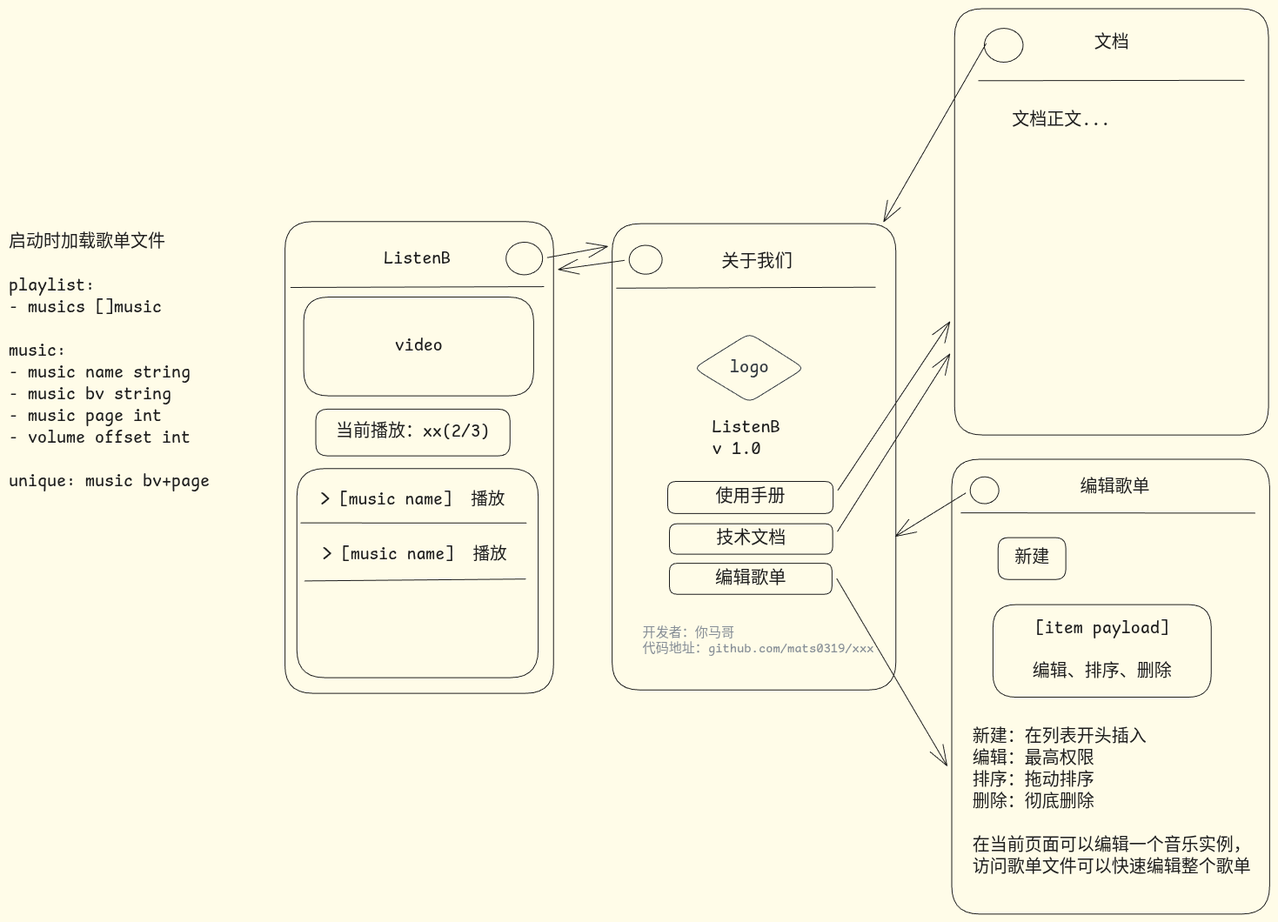
Earlier version of the Excalidraw export doc/lb_design.png (mats-0319/listen_bilibili). Source tidied: one line per element, renumbered; positions are measured from the earlier drawing's top-left corner, leaving out a move shared by most shapes. Source of this version:
```json
{"id": 0, "type": "rectangle", "strokeColor": "#1e1e1e", "strokeWidth": 1, "roughness": 0, "round": true, "x": 318, "y": 245, "width": 309, "height": 542}
{"id": 1, "type": "line", "strokeColor": "#1e1e1e", "strokeWidth": 1, "roughness": 0, "round": true, "x": 324, "y": 320, "width": 291, "height": 1, "points": [[0, 0], [291, -1]]}
{"id": 2, "type": "text", "text": "ListenB", "strokeColor": "#1e1e1e", "strokeWidth": 1, "roughness": 0, "fontSize": 20, "fontFamily": 8, "x": 431, "y": 276, "width": 77, "height": 25}
{"id": 3, "type": "rectangle", "strokeColor": "#1e1e1e", "strokeWidth": 1, "roughness": 0, "round": true, "x": 339, "y": 332, "width": 264, "height": 114}
{"id": 4, "type": "text", "text": "video", "strokeColor": "#1e1e1e", "strokeWidth": 1, "roughness": 0, "fontSize": 20, "fontFamily": 8, "textAlign": "center", "verticalAlign": "middle", "inside": 3, "x": 444, "y": 376, "width": 55, "height": 25}
{"id": 5, "type": "rectangle", "strokeColor": "#1e1e1e", "strokeWidth": 1, "roughness": 0, "round": true, "x": 331, "y": 529, "width": 277, "height": 240}
{"id": 6, "type": "line", "strokeColor": "#1e1e1e", "strokeWidth": 1, "roughness": 0, "round": true, "x": 336, "y": 591, "width": 259, "height": 0, "points": [[0, 0], [259, 0]]}
{"id": 7, "type": "text", "text": "> [music name]  播放", "strokeColor": "#1e1e1e", "strokeWidth": 1, "roughness": 0, "fontSize": 19.66, "fontFamily": 8, "x": 358, "y": 553, "width": 212, "height": 25}
{"id": 8, "type": "line", "strokeColor": "#1e1e1e", "strokeWidth": 1, "roughness": 0, "round": true, "x": 340, "y": 658, "width": 254, "height": 2, "points": [[0, 0], [254, -2]]}
{"id": 9, "type": "text", "text": "> [music name]  播放", "strokeColor": "#1e1e1e", "strokeWidth": 1, "roughness": 0, "fontSize": 19.66, "fontFamily": 8, "x": 360, "y": 616, "width": 212, "height": 25}
{"id": 10, "type": "ellipse", "strokeColor": "#1e1e1e", "strokeWidth": 1, "roughness": 0, "round": true, "x": 572, "y": 268, "width": 42, "height": 37}
{"id": 11, "type": "rectangle", "strokeColor": "#1e1e1e", "strokeWidth": 1, "roughness": 0, "round": true, "x": 694, "y": 247, "width": 326, "height": 536}
{"id": 12, "type": "line", "strokeColor": "#1e1e1e", "strokeWidth": 1, "roughness": 0, "round": true, "x": 699, "y": 321, "width": 298, "height": 1, "points": [[0, 0], [298, -1]]}
{"id": 13, "type": "text", "text": "关于我们", "strokeColor": "#1e1e1e", "strokeWidth": 1, "roughness": 0, "fontSize": 20.43, "fontFamily": 8, "x": 819, "y": 279, "width": 82, "height": 26}
{"id": 14, "type": "diamond", "strokeColor": "#343a40", "strokeWidth": 1, "roughness": 0, "round": true, "x": 787, "y": 373, "width": 127, "height": 79}
{"id": 15, "type": "text", "text": "logo", "strokeColor": "#343a40", "strokeWidth": 1, "roughness": 0, "fontSize": 20.43, "fontFamily": 8, "textAlign": "center", "verticalAlign": "middle", "inside": 14, "x": 829, "y": 400, "width": 45, "height": 26}
{"id": 16, "type": "text", "text": "ListenB\nv 1.0", "strokeColor": "#1e1e1e", "strokeWidth": 1, "roughness": 0, "fontSize": 20.43, "fontFamily": 8, "x": 808, "y": 469, "width": 79, "height": 51}
{"id": 17, "type": "rectangle", "strokeColor": "#1e1e1e", "strokeWidth": 1, "roughness": 0, "round": true, "x": 760, "y": 638, "width": 187, "height": 36}
{"id": 18, "type": "text", "text": "编辑歌单", "strokeColor": "#1e1e1e", "strokeWidth": 1, "roughness": 0, "fontSize": 20.43, "fontFamily": 8, "textAlign": "center", "verticalAlign": "middle", "inside": 17, "x": 812, "y": 643, "width": 82, "height": 26}
{"id": 19, "type": "text", "text": "开发者：你马哥\n代码地址：github.com/mats0319/xxx", "strokeColor": "#868e96", "strokeWidth": 1, "roughness": 0, "fontSize": 15.08, "fontFamily": 8, "x": 729, "y": 708, "width": 266, "height": 38}
{"id": 20, "type": "text", "text": "启动时加载歌单文件\n\nplaylist:\n- musics []music\n\nmusic:\n- music name string\n- music bv string\n- music page int\n- volume offset int\n\nunique: music bv+page", "strokeColor": "#1e1e1e", "strokeWidth": 1, "roughness": 0, "fontSize": 20, "fontFamily": 8, "x": 0, "y": 256, "width": 231, "height": 300}
{"id": 21, "type": "rectangle", "strokeColor": "#1e1e1e", "strokeWidth": 1, "roughness": 0, "round": true, "x": 1084, "y": 518, "width": 365, "height": 523}
{"id": 22, "type": "line", "strokeColor": "#1e1e1e", "strokeWidth": 1, "roughness": 0, "round": true, "x": 1095, "y": 580, "width": 338, "height": 0, "points": [[0, 0], [338, 0]]}
{"id": 23, "type": "text", "text": "编辑歌单", "strokeColor": "#1e1e1e", "strokeWidth": 1, "roughness": 0, "fontSize": 20, "fontFamily": 8, "x": 1232, "y": 539, "width": 80, "height": 25}
{"id": 24, "type": "arrow", "strokeColor": "#1e1e1e", "strokeWidth": 1, "roughness": 0, "endArrowhead": "arrow", "from": 17, "to": 21, "x": 952, "y": 655, "width": 127, "height": 215, "points": [[0, 0], [127, 215]]}
{"id": 25, "type": "rectangle", "strokeColor": "#1e1e1e", "strokeWidth": 1, "roughness": 0, "round": true, "x": 353, "y": 460, "width": 223, "height": 54}
{"id": 26, "type": "text", "text": "当前播放：xx(2/3)", "strokeColor": "#1e1e1e", "strokeWidth": 1, "roughness": 0, "fontSize": 20, "fontFamily": 8, "textAlign": "center", "verticalAlign": "middle", "inside": 25, "x": 376, "y": 475, "width": 177, "height": 25}
{"id": 27, "type": "ellipse", "strokeColor": "#1e1e1e", "strokeWidth": 1, "roughness": 0, "round": true, "x": 713, "y": 272, "width": 38, "height": 33}
{"id": 28, "type": "ellipse", "strokeColor": "#1e1e1e", "strokeWidth": 1, "roughness": 0, "round": true, "x": 1105, "y": 538, "width": 33, "height": 31}
{"id": 29, "type": "arrow", "strokeColor": "#1e1e1e", "strokeWidth": 1, "roughness": 0, "endArrowhead": "arrow", "round": true, "from": 10, "to": 11, "x": 619, "y": 286, "width": 69, "height": 13, "points": [[0, 0], [69, -13]]}
{"id": 30, "type": "arrow", "strokeColor": "#1e1e1e", "strokeWidth": 1, "roughness": 0, "endArrowhead": "arrow", "round": true, "from": 27, "to": 0, "x": 708, "y": 289, "width": 76, "height": 10, "points": [[0, 0], [-76, 10]]}
{"id": 31, "type": "arrow", "strokeColor": "#1e1e1e", "strokeWidth": 1, "roughness": 0, "endArrowhead": "arrow", "from": 28, "to": 11, "x": 1100, "y": 557, "width": 81, "height": 50, "points": [[0, 0], [-81, 50]]}
{"id": 32, "type": "rectangle", "strokeColor": "#1e1e1e", "strokeWidth": 1, "roughness": 0, "round": true, "x": 758, "y": 544, "width": 190, "height": 37}
{"id": 33, "type": "text", "text": "使用手册", "strokeColor": "#1e1e1e", "strokeWidth": 1, "roughness": 0, "fontSize": 20, "fontFamily": 8, "textAlign": "center", "verticalAlign": "middle", "inside": 32, "x": 813, "y": 549, "width": 80, "height": 25}
{"id": 34, "type": "rectangle", "strokeColor": "#1e1e1e", "strokeWidth": 1, "roughness": 0, "round": true, "x": 760, "y": 592, "width": 188, "height": 35}
{"id": 35, "type": "text", "text": "技术文档", "strokeColor": "#1e1e1e", "strokeWidth": 1, "roughness": 0, "fontSize": 20, "fontFamily": 8, "textAlign": "center", "verticalAlign": "middle", "inside": 34, "x": 813, "y": 597, "width": 80, "height": 25}
{"id": 36, "type": "rectangle", "strokeColor": "#1e1e1e", "strokeWidth": 1, "roughness": 0, "round": true, "x": 1087, "y": 0, "width": 361, "height": 490}
{"id": 37, "type": "ellipse", "strokeColor": "#1e1e1e", "strokeWidth": 1, "roughness": 0, "round": true, "x": 1121, "y": 23, "width": 45, "height": 39}
{"id": 38, "type": "text", "text": "文档", "strokeColor": "#1e1e1e", "strokeWidth": 1, "roughness": 0, "fontSize": 20, "fontFamily": 8, "x": 1248, "y": 27, "width": 40, "height": 25}
{"id": 39, "type": "arrow", "strokeColor": "#1e1e1e", "strokeWidth": 1, "roughness": 0, "endArrowhead": "arrow", "from": 32, "to": 36, "x": 953, "y": 554, "width": 129, "height": 194, "points": [[0, 0], [129, -194]]}
{"id": 40, "type": "arrow", "strokeColor": "#1e1e1e", "strokeWidth": 1, "roughness": 0, "endArrowhead": "arrow", "from": 34, "to": 36, "x": 953, "y": 601, "width": 129, "height": 204, "points": [[0, 0], [129, -204]]}
{"id": 41, "type": "arrow", "strokeColor": "#1e1e1e", "strokeWidth": 1, "roughness": 0, "endArrowhead": "arrow", "from": 37, "to": 11, "x": 1123, "y": 40, "width": 118, "height": 205, "points": [[0, 0], [-118, 205]]}
{"id": 42, "type": "line", "strokeColor": "#1e1e1e", "strokeWidth": 1, "roughness": 0, "round": true, "x": 1115, "y": 83, "width": 305, "height": 0, "points": [[0, 0], [305, 0]]}
{"id": 43, "type": "text", "text": "文档正文...", "strokeColor": "#1e1e1e", "strokeWidth": 1, "roughness": 0, "fontSize": 20, "fontFamily": 8, "x": 1153, "y": 116, "width": 113, "height": 25}
{"id": 44, "type": "rectangle", "strokeColor": "#1e1e1e", "strokeWidth": 1, "roughness": 0, "round": true, "x": 1131, "y": 685, "width": 251, "height": 106}
{"id": 45, "type": "text", "text": "[item payload]\n\n编辑、排序、删除", "strokeColor": "#1e1e1e", "strokeWidth": 1, "roughness": 0, "fontSize": 20, "fontFamily": 8, "textAlign": "center", "verticalAlign": "middle", "inside": 44, "x": 1177, "y": 701, "width": 160, "height": 75}
{"id": 46, "type": "rectangle", "strokeColor": "#1e1e1e", "strokeWidth": 1, "roughness": 0, "round": true, "x": 1137, "y": 608, "width": 78, "height": 48}
{"id": 47, "type": "text", "text": "新建", "strokeColor": "#1e1e1e", "strokeWidth": 1, "roughness": 0, "fontSize": 20, "fontFamily": 8, "textAlign": "center", "verticalAlign": "middle", "inside": 46, "x": 1156, "y": 620, "width": 40, "height": 25}
{"id": 48, "type": "text", "text": "新建：在列表开头插入\n编辑：最高权限\n排序：拖动排序\n删除：彻底删除\n\n在当前页面可以编辑一个音乐实例，\n访问歌单文件可以快速编辑整个歌单", "strokeColor": "#1e1e1e", "strokeWidth": 1, "roughness": 0, "fontSize": 20, "fontFamily": 8, "x": 1108, "y": 826, "width": 320, "height": 175}
```
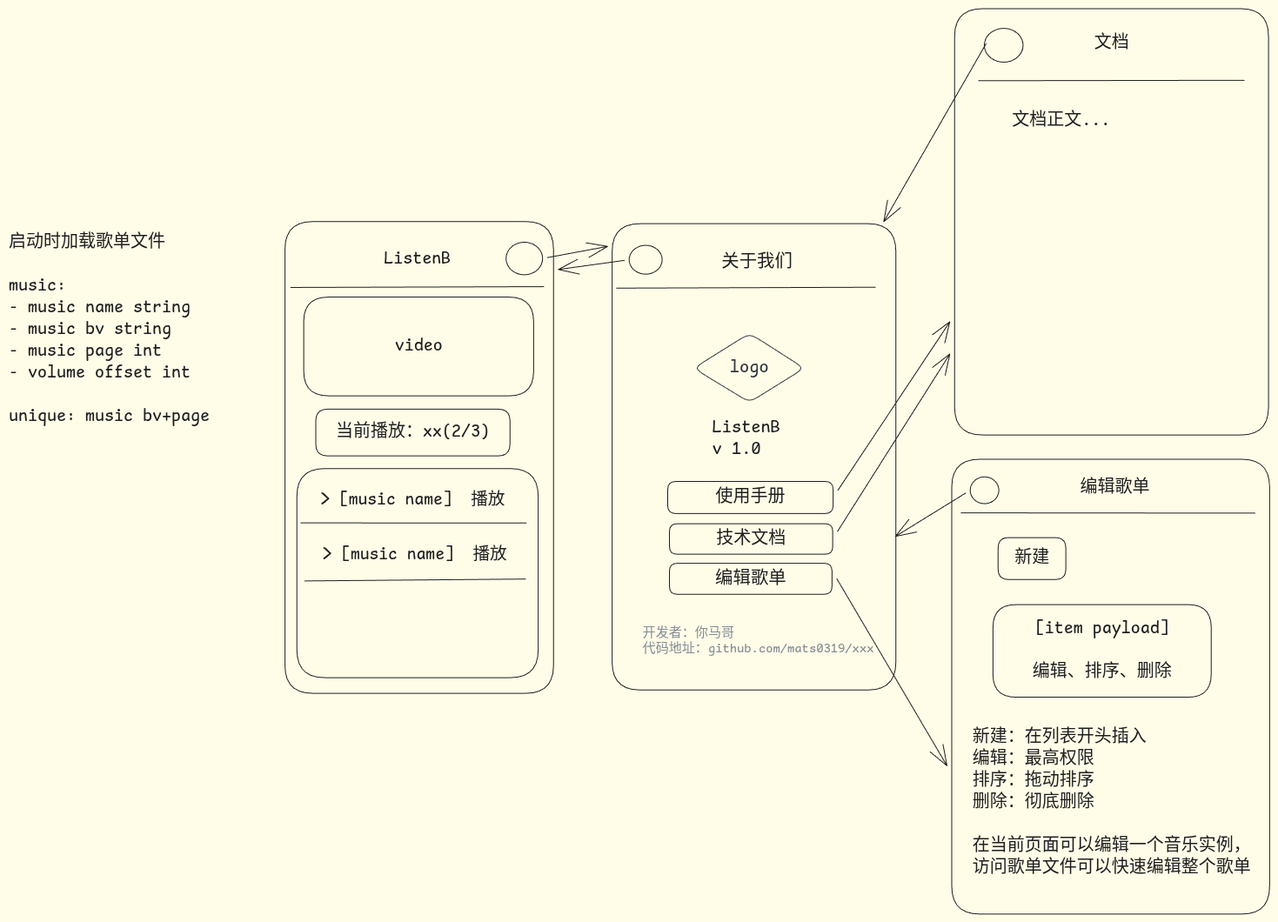
After the change.

Diff of the diagram source:
```diff
@@ -18,7 +18,7 @@
 {"id": 17, "type": "rectangle", "strokeColor": "#1e1e1e", "strokeWidth": 1, "roughness": 0, "round": true, "x": 760, "y": 638, "width": 187, "height": 36}
 {"id": 18, "type": "text", "text": "编辑歌单", "strokeColor": "#1e1e1e", "strokeWidth": 1, "roughness": 0, "fontSize": 20.43, "fontFamily": 8, "textAlign": "center", "verticalAlign": "middle", "inside": 17, "x": 812, "y": 643, "width": 82, "height": 26}
 {"id": 19, "type": "text", "text": "开发者：你马哥\n代码地址：github.com/mats0319/xxx", "strokeColor": "#868e96", "strokeWidth": 1, "roughness": 0, "fontSize": 15.08, "fontFamily": 8, "x": 729, "y": 708, "width": 266, "height": 38}
-{"id": 20, "type": "text", "text": "启动时加载歌单文件\n\nplaylist:\n- musics []music\n\nmusic:\n- music name string\n- music bv string\n- music page int\n- volume offset int\n\nunique: music bv+page", "strokeColor": "#1e1e1e", "strokeWidth": 1, "roughness": 0, "fontSize": 20, "fontFamily": 8, "x": 0, "y": 256, "width": 231, "height": 300}
+{"id": 20, "type": "text", "text": "启动时加载歌单文件\n\nmusic:\n- music name string\n- music bv string\n- music page int\n- volume offset int\n\nunique: music bv+page", "strokeColor": "#1e1e1e", "strokeWidth": 1, "roughness": 0, "fontSize": 20, "fontFamily": 8, "x": 0, "y": 256, "width": 231, "height": 225}
 {"id": 21, "type": "rectangle", "strokeColor": "#1e1e1e", "strokeWidth": 1, "roughness": 0, "round": true, "x": 1084, "y": 518, "width": 365, "height": 523}
 {"id": 22, "type": "line", "strokeColor": "#1e1e1e", "strokeWidth": 1, "roughness": 0, "round": true, "x": 1095, "y": 580, "width": 338, "height": 0, "points": [[0, 0], [338, 0]]}
 {"id": 23, "type": "text", "text": "编辑歌单", "strokeColor": "#1e1e1e", "strokeWidth": 1, "roughness": 0, "fontSize": 20, "fontFamily": 8, "x": 1232, "y": 539, "width": 80, "height": 25}
```
